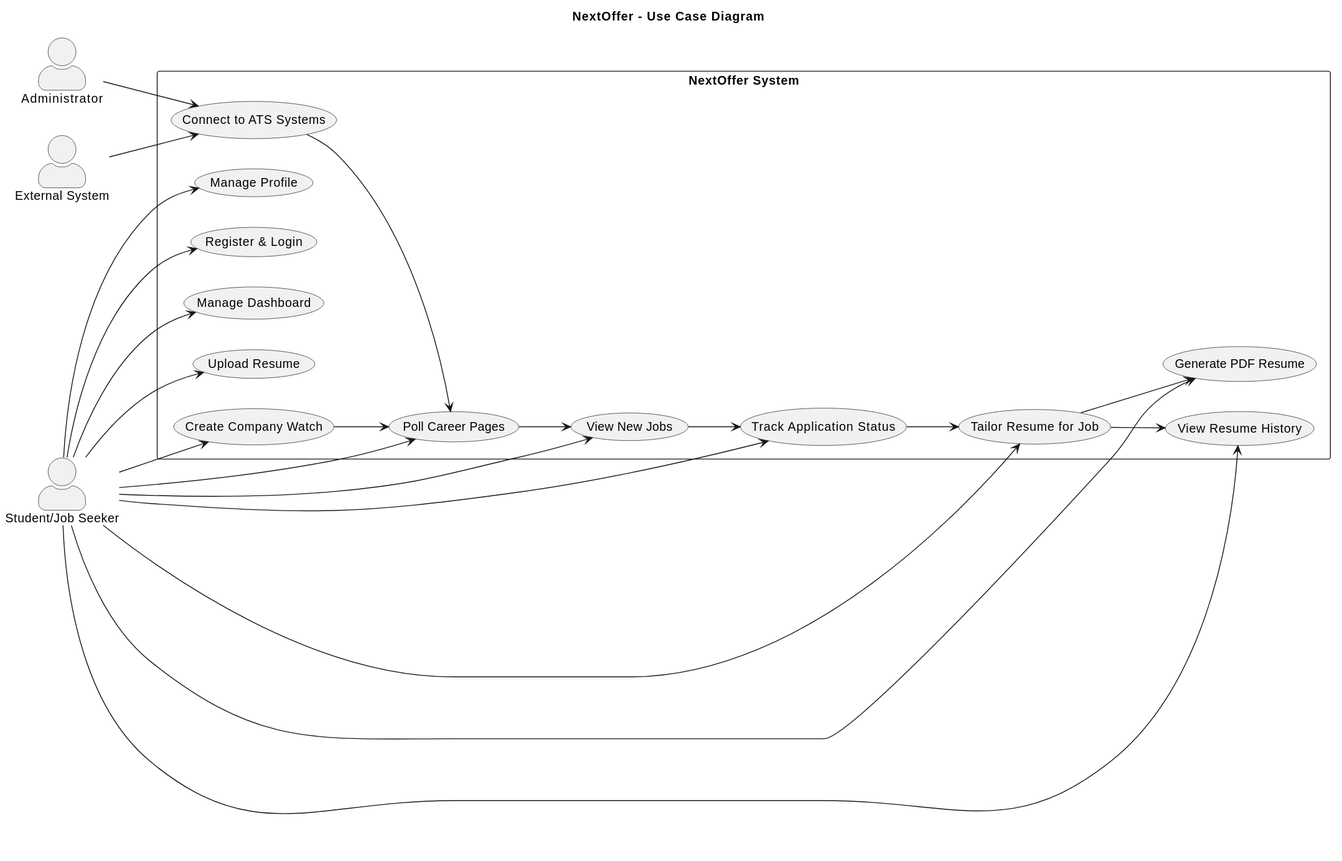
Earlier version of the PlantUML export docs/diagrams/svg/NextOffer_Use_Case_Diagram.svg (Anmol-tech/NextOffer). Source of this version:
```plantuml
@startuml
title NextOffer - Use Case Diagram
skinparam actorStyle awesome
left to right direction

actor "Student/Job Seeker" as Student
actor "Administrator" as Admin
actor "External System" as External

rectangle "NextOffer System" {
  usecase "Register & Login" as UC1
  usecase "Manage Profile" as UC2
  usecase "Create Company Watch" as UC3
  usecase "Poll Career Pages" as UC4
  usecase "View New Jobs" as UC5
  usecase "Track Application Status" as UC6
  usecase "Upload Resume" as UC7
  usecase "Tailor Resume for Job" as UC8
  usecase "Generate PDF Resume" as UC9
  usecase "View Resume History" as UC10
  usecase "Manage Dashboard" as UC11
  usecase "Connect to ATS Systems" as UC12
}

Student --> UC1
Student --> UC2
Student --> UC3
Student --> UC4
Student --> UC5
Student --> UC6
Student --> UC7
Student --> UC8
Student --> UC9
Student --> UC10
Student --> UC11

Admin --> UC12

UC3 --> UC4
UC4 --> UC5
UC5 --> UC6
UC6 --> UC8
UC8 --> UC9
UC8 --> UC10

External --> UC12
UC12 --> UC4
@enduml
```
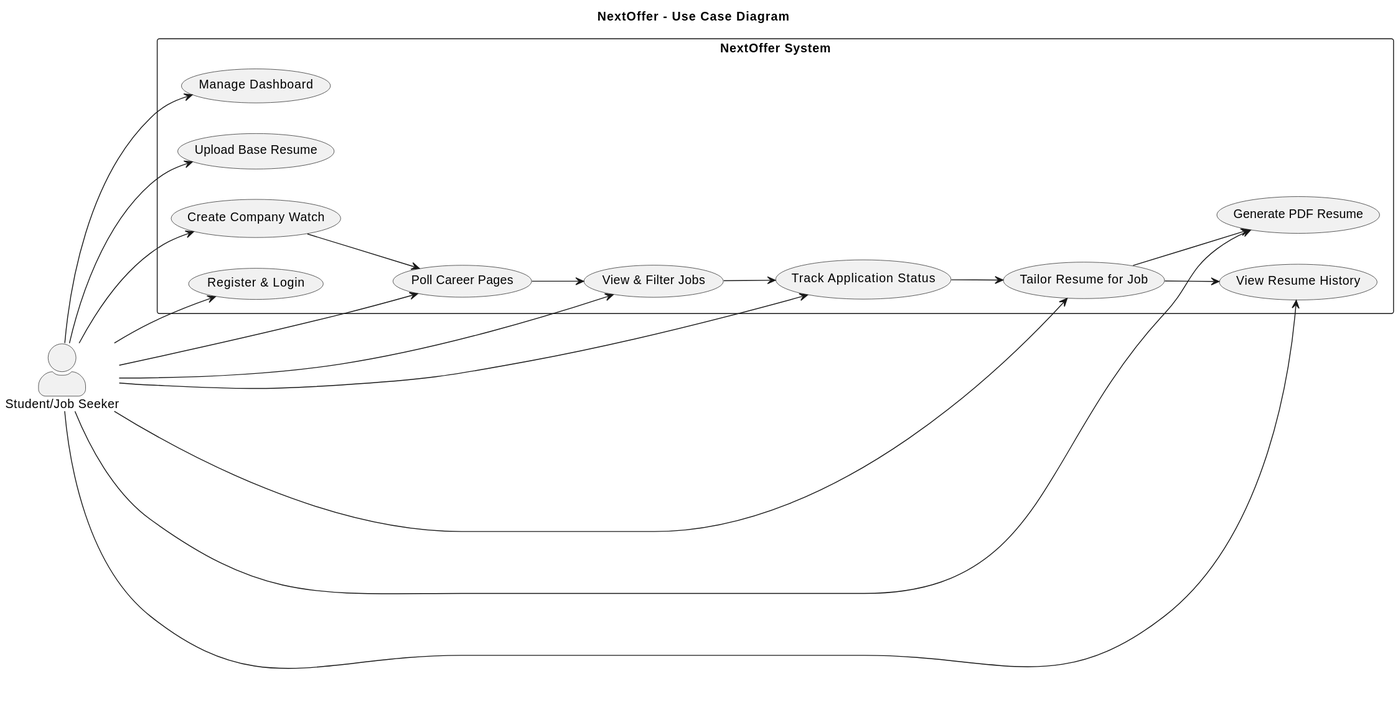
Above is the later version.

The edit, as a diff of the source:
```diff
@@ -4,26 +4,21 @@
 left to right direction
 
 actor "Student/Job Seeker" as Student
-actor "Administrator" as Admin
-actor "External System" as External
 
 rectangle "NextOffer System" {
   usecase "Register & Login" as UC1
-  usecase "Manage Profile" as UC2
   usecase "Create Company Watch" as UC3
   usecase "Poll Career Pages" as UC4
-  usecase "View New Jobs" as UC5
+  usecase "View & Filter Jobs" as UC5
   usecase "Track Application Status" as UC6
-  usecase "Upload Resume" as UC7
+  usecase "Upload Base Resume" as UC7
   usecase "Tailor Resume for Job" as UC8
   usecase "Generate PDF Resume" as UC9
   usecase "View Resume History" as UC10
   usecase "Manage Dashboard" as UC11
-  usecase "Connect to ATS Systems" as UC12
 }
 
 Student --> UC1
-Student --> UC2
 Student --> UC3
 Student --> UC4
 Student --> UC5
@@ -34,15 +29,10 @@
 Student --> UC10
 Student --> UC11
 
-Admin --> UC12
-
 UC3 --> UC4
 UC4 --> UC5
 UC5 --> UC6
 UC6 --> UC8
 UC8 --> UC9
 UC8 --> UC10
-
-External --> UC12
-UC12 --> UC4
 @enduml
```
